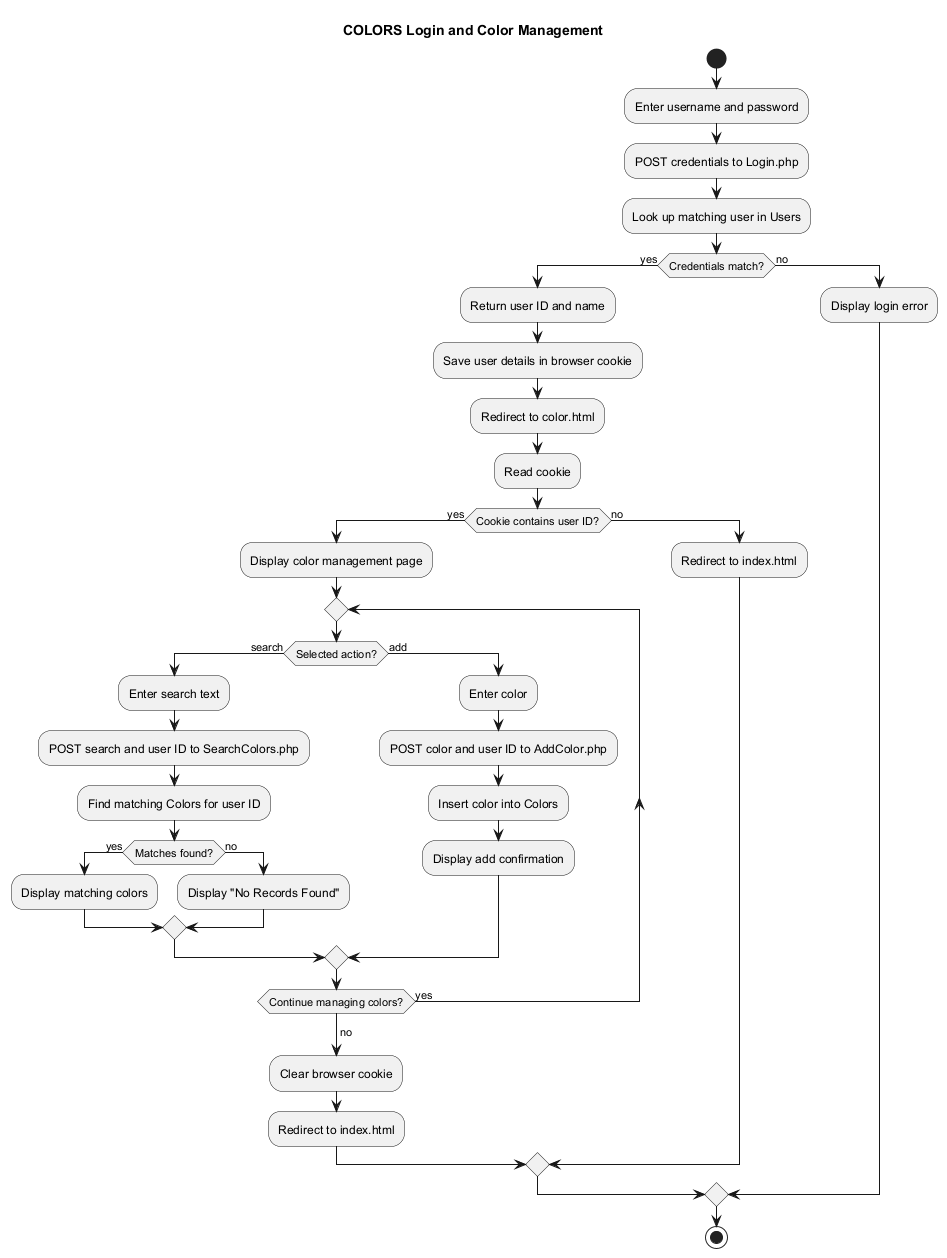
Above: docs/uml/activity.png in MelindaM4y/POOSD-COLORS-Lab (PlantUML), before the change.
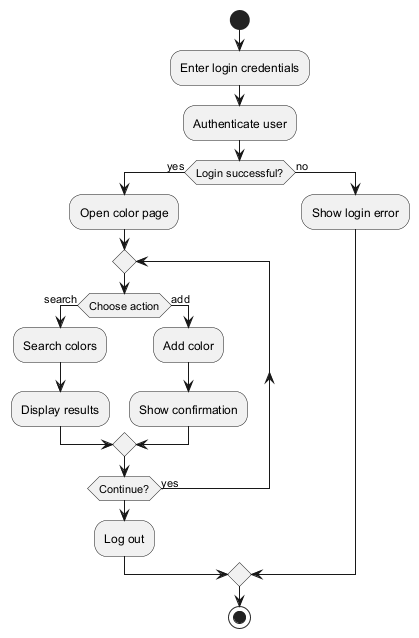
Above is the later version.

What changed in the source:
```diff
@@ -1,45 +1,21 @@
 @startuml
-!pragma layout smetana
-title COLORS Login and Color Management
-
 start
-:Enter username and password;
-:POST credentials to Login.php;
-:Look up matching user in Users;
-
-if (Credentials match?) then (yes)
-  :Return user ID and name;
-  :Save user details in browser cookie;
-  :Redirect to color.html;
-  :Read cookie;
-  if (Cookie contains user ID?) then (yes)
-    :Display color management page;
-    repeat
-      if (Selected action?) then (search)
-        :Enter search text;
-        :POST search and user ID to SearchColors.php;
-        :Find matching Colors for user ID;
-        if (Matches found?) then (yes)
-          :Display matching colors;
-        else (no)
-          :Display "No Records Found";
-        endif
-      else (add)
-        :Enter color;
-        :POST color and user ID to AddColor.php;
-        :Insert color into Colors;
-        :Display add confirmation;
-      endif
-    repeat while (Continue managing colors?) is (yes)
-    -> no;
-    :Clear browser cookie;
-    :Redirect to index.html;
-  else (no)
-    :Redirect to index.html;
-  endif
+:Enter login credentials;
+:Authenticate user;
+if (Login successful?) then (yes)
+  :Open color page;
+  repeat
+    if (Choose action) then (search)
+      :Search colors;
+      :Display results;
+    else (add)
+      :Add color;
+      :Show confirmation;
+    endif
+  repeat while (Continue?) is (yes)
+  :Log out;
 else (no)
-  :Display login error;
+  :Show login error;
 endif
-
 stop
 @enduml
```
